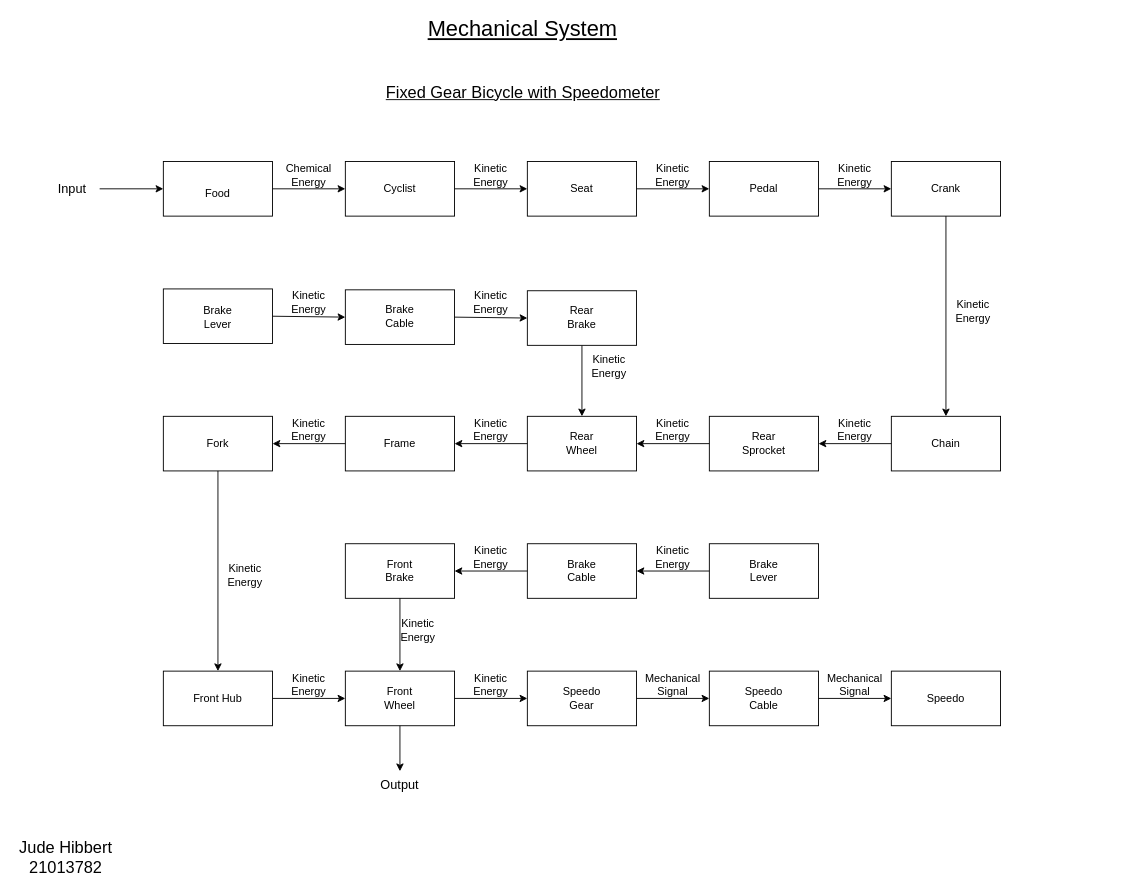
21013782/21 keeps this draw.io diagram as Mechanical Block Diagram.drawio. Above is the earlier version. Source tidied: cells renumbered, new cells numbered last; positions are measured from the earlier drawing's top-left corner, leaving out a move shared by most shapes. Both pictures are drawn from the tidied source at 91%, with x=0, y=0 at pixel (15, 15).
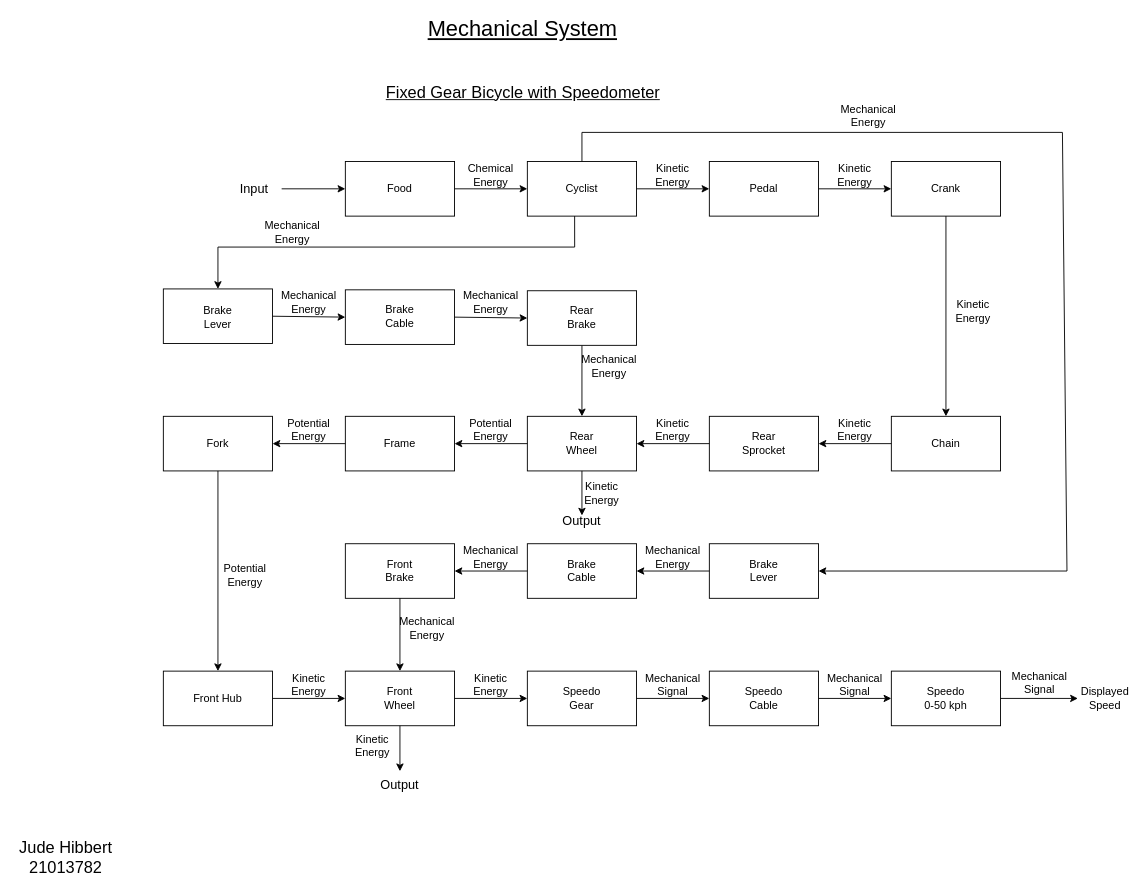
Above is the later version.

Unchanged cells that the change refers to:
```xml
<mxCell id="15" style="rounded=0;whiteSpace=wrap;html=1;" parent="1" vertex="1">
  <mxGeometry x="762" y="160" width="120" height="60" as="geometry" />
</mxCell>
<mxCell id="27" style="rounded=0;whiteSpace=wrap;html=1;" parent="1" vertex="1">
  <mxGeometry x="562" y="440" width="120" height="60" as="geometry" />
</mxCell>
<mxCell id="44" style="rounded=0;whiteSpace=wrap;html=1;" parent="1" vertex="1">
  <mxGeometry x="162" y="300" width="120" height="60" as="geometry" />
</mxCell>
<mxCell id="66" style="rounded=0;whiteSpace=wrap;html=1;" parent="1" vertex="1">
  <mxGeometry x="762" y="580" width="120" height="60" as="geometry" />
</mxCell>
```

Change to the diagram source:
```diff
@@
     <mxCell id="2" value="&lt;font style=&quot;font-size: 14px;&quot;&gt;Input&lt;/font&gt;" style="text;html=1;align=center;verticalAlign=middle;whiteSpace=wrap;rounded=0;" parent="1" vertex="1">
-      <mxGeometry x="32" y="175" width="60" height="30" as="geometry" />
+      <mxGeometry x="232" y="175" width="60" height="30" as="geometry" />
     </mxCell>
     <mxCell id="3" style="rounded=0;whiteSpace=wrap;html=1;" parent="1" vertex="1">
-      <mxGeometry x="162" y="160" width="120" height="60" as="geometry" />
+      <mxGeometry x="362" y="160" width="120" height="60" as="geometry" />
     </mxCell>
@@
     <mxCell id="5" value="Food" style="text;html=1;align=center;verticalAlign=middle;whiteSpace=wrap;rounded=0;" parent="1" vertex="1">
-      <mxGeometry x="192" y="180" width="60" height="30" as="geometry" />
+      <mxGeometry x="392" y="175" width="60" height="30" as="geometry" />
     </mxCell>
@@
     <mxCell id="7" value="Chemical Energy" style="text;html=1;align=center;verticalAlign=middle;whiteSpace=wrap;rounded=0;" parent="1" vertex="1">
-      <mxGeometry x="292" y="160" width="60" height="30" as="geometry" />
+      <mxGeometry x="492" y="160" width="60" height="30" as="geometry" />
     </mxCell>
     <mxCell id="8" style="rounded=0;whiteSpace=wrap;html=1;" parent="1" vertex="1">
-      <mxGeometry x="362" y="160" width="120" height="60" as="geometry" />
+      <mxGeometry x="562" y="160" width="120" height="60" as="geometry" />
     </mxCell>
     <mxCell id="9" value="Cyclist" style="text;html=1;align=center;verticalAlign=middle;whiteSpace=wrap;rounded=0;" parent="1" vertex="1">
-      <mxGeometry x="392" y="175" width="60" height="30" as="geometry" />
+      <mxGeometry x="592" y="175" width="60" height="30" as="geometry" />
     </mxCell>
-    <mxCell id="10" style="rounded=0;whiteSpace=wrap;html=1;" parent="1" vertex="1">
-      <mxGeometry x="562" y="160" width="120" height="60" as="geometry" />
-    </mxCell>
-    <mxCell id="11" style="endArrow=classic;html=1;rounded=0;exitX=1;exitY=0.5;exitDx=0;exitDy=0;entryX=0;entryY=0.5;entryDx=0;entryDy=0;" parent="1" edge="1" source="8" target="10">
-      <mxGeometry relative="1" as="geometry" />
-    </mxCell>
-    <mxCell id="12" value="Kinetic Energy" style="text;html=1;align=center;verticalAlign=middle;whiteSpace=wrap;rounded=0;" parent="1" vertex="1">
-      <mxGeometry x="492" y="160" width="60" height="30" as="geometry" />
-    </mxCell>
-    <mxCell id="13" value="Seat" style="text;html=1;align=center;verticalAlign=middle;whiteSpace=wrap;rounded=0;" parent="1" vertex="1">
-      <mxGeometry x="592" y="175" width="60" height="30" as="geometry" />
-    </mxCell>
-    <mxCell id="14" style="endArrow=classic;html=1;rounded=0;entryX=0;entryY=0.5;entryDx=0;entryDy=0;exitX=1;exitY=0.5;exitDx=0;exitDy=0;" parent="1" edge="1" source="10" target="15">
-      <mxGeometry relative="1" as="geometry" />
+    <mxCell id="14" style="endArrow=classic;html=1;rounded=0;entryX=0;entryY=0.5;entryDx=0;entryDy=0;exitX=1;exitY=0.5;exitDx=0;exitDy=0;" parent="1" edge="1" target="15">
+      <mxGeometry relative="1" as="geometry">
+        <mxPoint x="682" y="190" as="sourcePoint" />
+      </mxGeometry>
     </mxCell>
@@
-    <mxCell id="34" value="Kinetic Energy" style="text;html=1;align=center;verticalAlign=middle;whiteSpace=wrap;rounded=0;" parent="1" vertex="1">
+    <mxCell id="34" value="Potential Energy" style="text;html=1;align=center;verticalAlign=middle;whiteSpace=wrap;rounded=0;" parent="1" vertex="1">
       <mxGeometry x="492" y="440" width="60" height="30" as="geometry" />
     </mxCell>
-    <mxCell id="35" value="Kinetic Energy" style="text;html=1;align=center;verticalAlign=middle;whiteSpace=wrap;rounded=0;" parent="1" vertex="1">
+    <mxCell id="35" value="Mechanical Energy" style="text;html=1;align=center;verticalAlign=middle;whiteSpace=wrap;rounded=0;" parent="1" vertex="1">
       <mxGeometry x="622" y="370" width="60" height="30" as="geometry" />
     </mxCell>
@@
-    <mxCell id="40" value="Kinetic Energy" style="text;html=1;align=center;verticalAlign=middle;whiteSpace=wrap;rounded=0;" parent="1" vertex="1">
+    <mxCell id="40" value="Potential Energy" style="text;html=1;align=center;verticalAlign=middle;whiteSpace=wrap;rounded=0;" parent="1" vertex="1">
       <mxGeometry x="292" y="440" width="60" height="30" as="geometry" />
     </mxCell>
@@
-    <mxCell id="46" value="Kinetic Energy" style="text;html=1;align=center;verticalAlign=middle;whiteSpace=wrap;rounded=0;" parent="1" vertex="1">
+    <mxCell id="46" value="Mechanical Energy" style="text;html=1;align=center;verticalAlign=middle;whiteSpace=wrap;rounded=0;" parent="1" vertex="1">
       <mxGeometry x="492" y="300" width="60" height="30" as="geometry" />
     </mxCell>
-    <mxCell id="47" value="Kinetic Energy" style="text;html=1;align=center;verticalAlign=middle;whiteSpace=wrap;rounded=0;" parent="1" vertex="1">
+    <mxCell id="47" value="Mechanical Energy" style="text;html=1;align=center;verticalAlign=middle;whiteSpace=wrap;rounded=0;" parent="1" vertex="1">
       <mxGeometry x="292" y="300" width="60" height="30" as="geometry" />
     </mxCell>
@@
-    <mxCell id="60" value="Kinetic Energy" style="text;html=1;align=center;verticalAlign=middle;whiteSpace=wrap;rounded=0;" parent="1" vertex="1">
+    <mxCell id="60" value="Potential Energy" style="text;html=1;align=center;verticalAlign=middle;whiteSpace=wrap;rounded=0;" parent="1" vertex="1">
       <mxGeometry x="222" y="600" width="60" height="30" as="geometry" />
     </mxCell>
@@
-    <mxCell id="70" value="Kinetic Energy" style="text;html=1;align=center;verticalAlign=middle;whiteSpace=wrap;rounded=0;" parent="1" vertex="1">
+    <mxCell id="70" value="Mechanical Energy" style="text;html=1;align=center;verticalAlign=middle;whiteSpace=wrap;rounded=0;" parent="1" vertex="1">
       <mxGeometry x="692" y="580" width="60" height="30" as="geometry" />
     </mxCell>
-    <mxCell id="71" value="Kinetic Energy" style="text;html=1;align=center;verticalAlign=middle;whiteSpace=wrap;rounded=0;" parent="1" vertex="1">
+    <mxCell id="71" value="Mechanical Energy" style="text;html=1;align=center;verticalAlign=middle;whiteSpace=wrap;rounded=0;" parent="1" vertex="1">
       <mxGeometry x="492" y="580" width="60" height="30" as="geometry" />
     </mxCell>
-    <mxCell id="72" value="Kinetic Energy" style="text;html=1;align=center;verticalAlign=middle;whiteSpace=wrap;rounded=0;" parent="1" vertex="1">
-      <mxGeometry x="412" y="660" width="60" height="30" as="geometry" />
+    <mxCell id="72" value="Mechanical Energy" style="text;html=1;align=center;verticalAlign=middle;whiteSpace=wrap;rounded=0;" parent="1" vertex="1">
+      <mxGeometry x="422" y="658" width="60" height="30" as="geometry" />
     </mxCell>
@@
-    <mxCell id="85" value="Speedo" style="text;html=1;align=center;verticalAlign=middle;whiteSpace=wrap;rounded=0;" parent="1" vertex="1">
+    <mxCell id="85" value="Speedo&lt;div&gt;0-50 kph&lt;/div&gt;" style="text;html=1;align=center;verticalAlign=middle;whiteSpace=wrap;rounded=0;" parent="1" vertex="1">
       <mxGeometry x="992" y="735" width="60" height="30" as="geometry" />
     </mxCell>
@@
+    <mxCell id="91" value="Kinetic Energy" style="text;html=1;align=center;verticalAlign=middle;whiteSpace=wrap;rounded=0;" parent="1" vertex="1">
+      <mxGeometry x="362" y="787" width="60" height="30" as="geometry" />
+    </mxCell>
+    <mxCell id="92" value="Displayed Speed" style="text;html=1;align=center;verticalAlign=middle;whiteSpace=wrap;rounded=0;" parent="1" vertex="1">
+      <mxGeometry x="1167" y="735" width="60" height="30" as="geometry" />
+    </mxCell>
+    <mxCell id="93" style="endArrow=classic;html=1;rounded=0;entryX=0;entryY=0.5;entryDx=0;entryDy=0;" parent="1" edge="1" target="92">
+      <mxGeometry relative="1" as="geometry">
+        <mxPoint x="1082" y="750" as="sourcePoint" />
+      </mxGeometry>
+    </mxCell>
+    <mxCell id="94" value="Mechanical Signal" style="text;html=1;align=center;verticalAlign=middle;whiteSpace=wrap;rounded=0;" parent="1" vertex="1">
+      <mxGeometry x="1095" y="718" width="60" height="30" as="geometry" />
+    </mxCell>
+    <mxCell id="95" style="endArrow=classic;html=1;rounded=0;exitX=0.433;exitY=1;exitDx=0;exitDy=0;exitPerimeter=0;entryX=0.5;entryY=0;entryDx=0;entryDy=0;" parent="1" edge="1" source="8" target="44">
+      <mxGeometry relative="1" as="geometry">
+        <Array as="points">
+          <mxPoint x="614" y="254" />
+          <mxPoint x="222" y="254" />
+        </Array>
+      </mxGeometry>
+    </mxCell>
+    <mxCell id="96" value="Mechanical Energy" style="text;html=1;align=center;verticalAlign=middle;whiteSpace=wrap;rounded=0;" parent="1" vertex="1">
+      <mxGeometry x="274" y="223" width="60" height="30" as="geometry" />
+    </mxCell>
+    <mxCell id="97" style="endArrow=classic;html=1;rounded=0;exitX=0.5;exitY=0;exitDx=0;exitDy=0;entryX=1;entryY=0.5;entryDx=0;entryDy=0;" parent="1" edge="1" source="8" target="66">
+      <mxGeometry relative="1" as="geometry">
+        <Array as="points">
+          <mxPoint x="622" y="128" />
+          <mxPoint x="1150" y="128" />
+          <mxPoint x="1155" y="610" />
+        </Array>
+      </mxGeometry>
+    </mxCell>
+    <mxCell id="98" value="Mechanical Energy" style="text;html=1;align=center;verticalAlign=middle;whiteSpace=wrap;rounded=0;" parent="1" vertex="1">
+      <mxGeometry x="907" y="95" width="60" height="30" as="geometry" />
+    </mxCell>
+    <mxCell id="99" style="endArrow=classic;html=1;rounded=0;exitX=0.5;exitY=1;exitDx=0;exitDy=0;" parent="1" edge="1" source="27">
+      <mxGeometry relative="1" as="geometry">
+        <mxPoint x="622" y="549" as="targetPoint" />
+      </mxGeometry>
+    </mxCell>
+    <mxCell id="100" value="Kinetic Energy" style="text;html=1;align=center;verticalAlign=middle;whiteSpace=wrap;rounded=0;" parent="1" vertex="1">
+      <mxGeometry x="614" y="510" width="60" height="30" as="geometry" />
+    </mxCell>
+    <mxCell id="101" value="&lt;font style=&quot;font-size: 14px;&quot;&gt;Output&lt;/font&gt;" style="text;html=1;align=center;verticalAlign=middle;whiteSpace=wrap;rounded=0;" parent="1" vertex="1">
+      <mxGeometry x="592" y="540" width="60" height="30" as="geometry" />
+    </mxCell>
```
